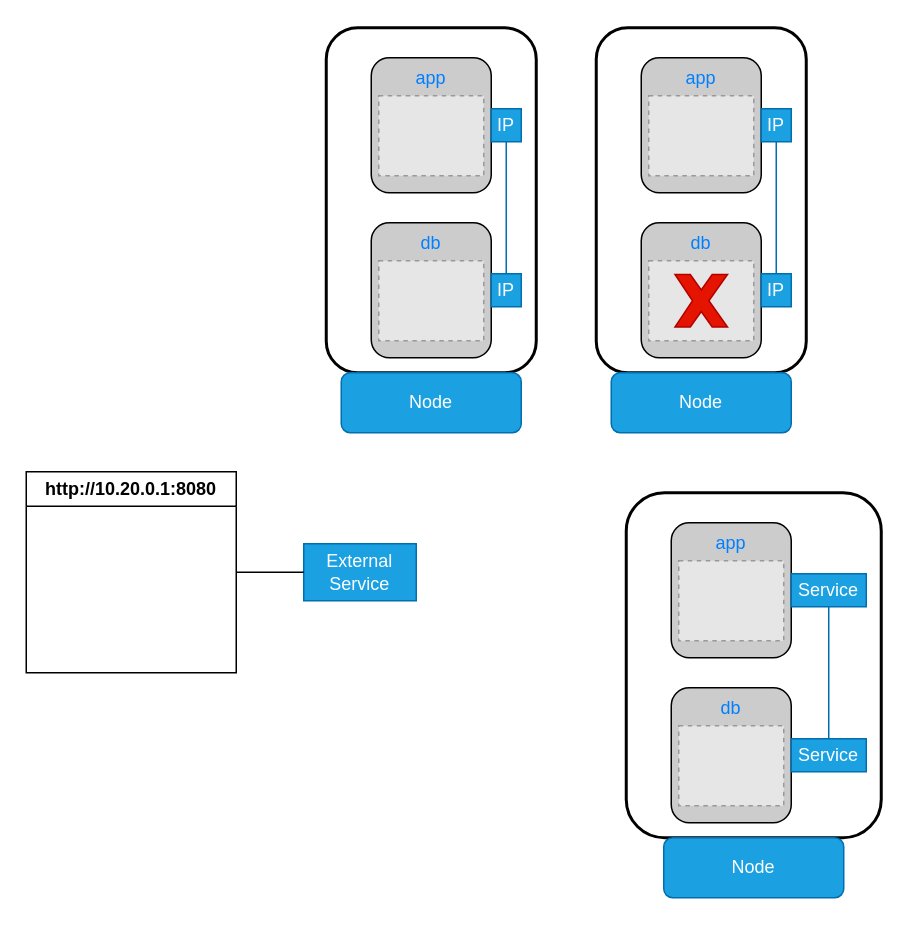
This is page "Service" (3 of 3) of AKS Main Components.drawio from joeakc/AKS, a draw.io file, before an edit. Source tidied: cells renumbered, new cells numbered last; positions are measured from the earlier drawing's top-left corner, leaving out a move shared by most shapes. Both pictures are drawn from the tidied source at 150%, with x=0, y=0 at pixel (26, 27). Pictures stored in the file or linked from it are replaced by grey dashed boxes.
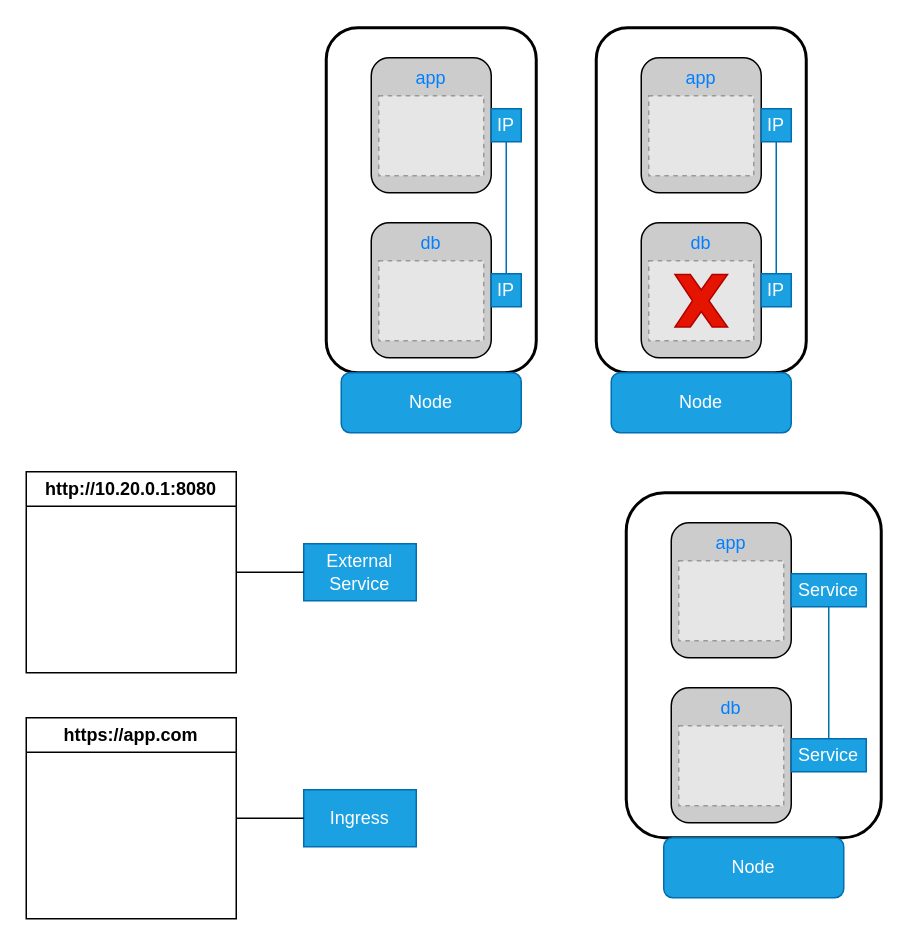
Above is the later version.

What changed in the source:
```diff
@@
+    <mxCell id="33" value="https://app.com" style="swimlane;whiteSpace=wrap;html=1;startSize=23;" parent="1" vertex="1">
+      <mxGeometry y="460" width="140" height="134" as="geometry" />
+    </mxCell>
+    <mxCell id="34" value="Ingress" style="rounded=0;whiteSpace=wrap;html=1;fillColor=#1ba1e2;fontColor=#ffffff;strokeColor=#006EAF;" parent="1" vertex="1">
+      <mxGeometry x="185" y="508" width="75" height="38" as="geometry" />
+    </mxCell>
+    <mxCell id="35" style="endArrow=none;html=1;rounded=0;entryX=1;entryY=0.5;entryDx=0;entryDy=0;exitX=0;exitY=0.5;exitDx=0;exitDy=0;" parent="1" edge="1" source="34" target="33">
+      <mxGeometry relative="1" as="geometry" />
+    </mxCell>
```
